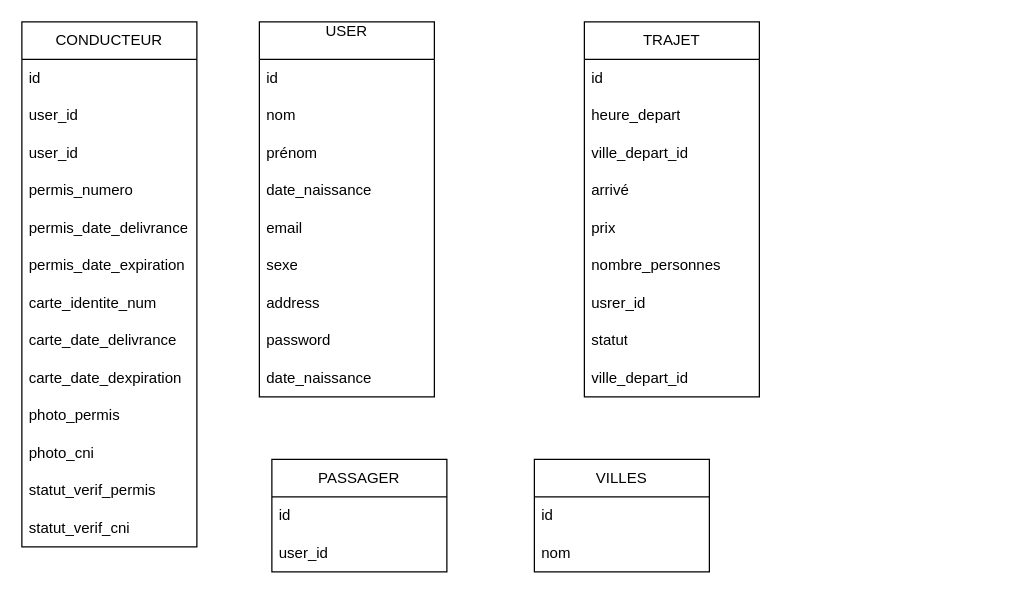
Earlier version of the draw.io diagram covoiturage.drawio (frejusnorton/voyage). Source tidied: cells renumbered, new cells numbered last; positions are measured from the earlier drawing's top-left corner, leaving out a move shared by most shapes. Both pictures are drawn from the tidied source at 125%, with x=0, y=0 at pixel (21, 21).
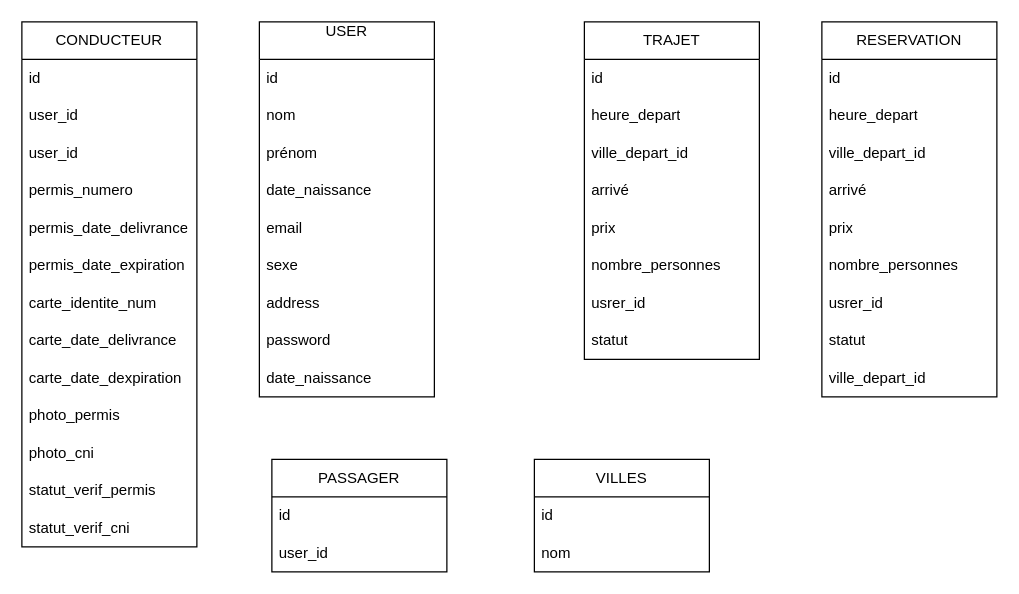
After the change.

Change to the diagram source:
```diff
@@
     <mxCell id="16" value="TRAJET" style="swimlane;fontStyle=0;horizontal=1;startSize=30;whiteSpace=wrap;html=1;" parent="1" vertex="1">
-      <mxGeometry x="450" width="140" height="300" as="geometry" />
+      <mxGeometry x="450" width="140" height="270" as="geometry" />
     </mxCell>
@@
-    <mxCell id="25" value="ville_depart_id" style="text;strokeColor=none;fillColor=none;align=left;verticalAlign=middle;spacingLeft=4;spacingRight=4;overflow=hidden;whiteSpace=wrap;html=1;" parent="16" vertex="1">
-      <mxGeometry y="270" width="140" height="30" as="geometry" />
-    </mxCell>
@@
+    <mxCell id="42" value="RESERVATION" style="swimlane;fontStyle=0;horizontal=1;startSize=30;whiteSpace=wrap;html=1;" parent="1" vertex="1">
+      <mxGeometry x="640" width="140" height="300" as="geometry" />
+    </mxCell>
+    <mxCell id="43" value="id" style="text;strokeColor=none;fillColor=none;align=left;verticalAlign=middle;spacingLeft=4;spacingRight=4;overflow=hidden;whiteSpace=wrap;html=1;" parent="42" vertex="1">
+      <mxGeometry y="30" width="140" height="30" as="geometry" />
+    </mxCell>
+    <mxCell id="44" value="heure_depart" style="text;strokeColor=none;fillColor=none;align=left;verticalAlign=middle;spacingLeft=4;spacingRight=4;overflow=hidden;whiteSpace=wrap;html=1;" parent="42" vertex="1">
+      <mxGeometry y="60" width="140" height="30" as="geometry" />
+    </mxCell>
+    <mxCell id="45" value="ville_depart_id" style="text;strokeColor=none;fillColor=none;align=left;verticalAlign=middle;spacingLeft=4;spacingRight=4;overflow=hidden;whiteSpace=wrap;html=1;" parent="42" vertex="1">
+      <mxGeometry y="90" width="140" height="30" as="geometry" />
+    </mxCell>
+    <mxCell id="46" value="arrivé" style="text;strokeColor=none;fillColor=none;align=left;verticalAlign=middle;spacingLeft=4;spacingRight=4;overflow=hidden;whiteSpace=wrap;html=1;" parent="42" vertex="1">
+      <mxGeometry y="120" width="140" height="30" as="geometry" />
+    </mxCell>
+    <mxCell id="47" value="prix" style="text;strokeColor=none;fillColor=none;align=left;verticalAlign=middle;spacingLeft=4;spacingRight=4;overflow=hidden;whiteSpace=wrap;html=1;" parent="42" vertex="1">
+      <mxGeometry y="150" width="140" height="30" as="geometry" />
+    </mxCell>
+    <mxCell id="48" value="nombre_personnes" style="text;strokeColor=none;fillColor=none;align=left;verticalAlign=middle;spacingLeft=4;spacingRight=4;overflow=hidden;whiteSpace=wrap;html=1;" parent="42" vertex="1">
+      <mxGeometry y="180" width="140" height="30" as="geometry" />
+    </mxCell>
+    <mxCell id="49" value="usrer_id" style="text;strokeColor=none;fillColor=none;align=left;verticalAlign=middle;spacingLeft=4;spacingRight=4;overflow=hidden;whiteSpace=wrap;html=1;" parent="42" vertex="1">
+      <mxGeometry y="210" width="140" height="30" as="geometry" />
+    </mxCell>
+    <mxCell id="50" value="statut" style="text;strokeColor=none;fillColor=none;align=left;verticalAlign=middle;spacingLeft=4;spacingRight=4;overflow=hidden;whiteSpace=wrap;html=1;" parent="42" vertex="1">
+      <mxGeometry y="240" width="140" height="30" as="geometry" />
+    </mxCell>
+    <mxCell id="25" value="ville_depart_id" style="text;strokeColor=none;fillColor=none;align=left;verticalAlign=middle;spacingLeft=4;spacingRight=4;overflow=hidden;whiteSpace=wrap;html=1;" parent="42" vertex="1">
+      <mxGeometry y="270" width="140" height="30" as="geometry" />
+    </mxCell>
```
